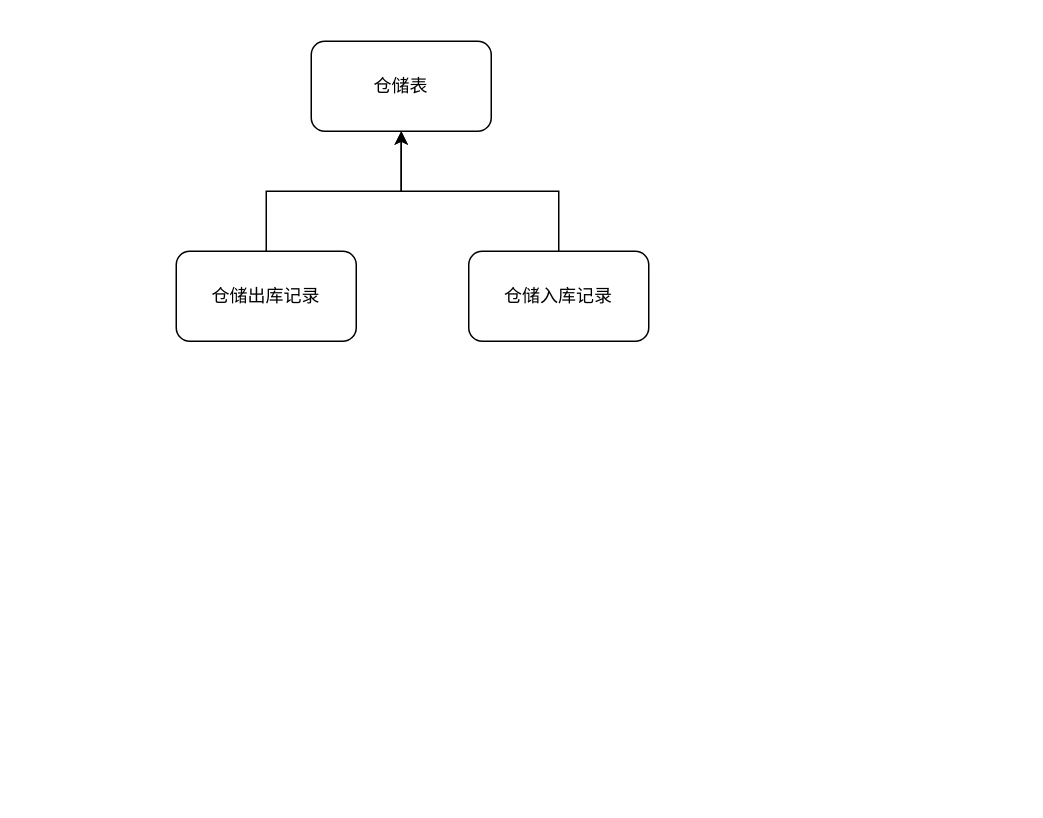
Above: 储运业务数据结构.drawio in daijingjing/daijingjing.github.io (draw.io), before the change. Source tidied: cells renumbered, new cells numbered last; positions are measured from the earlier drawing's top-left corner, leaving out a move shared by most shapes. Both pictures are drawn from the tidied source at 150%, with x=0, y=0 at pixel (176, 40).
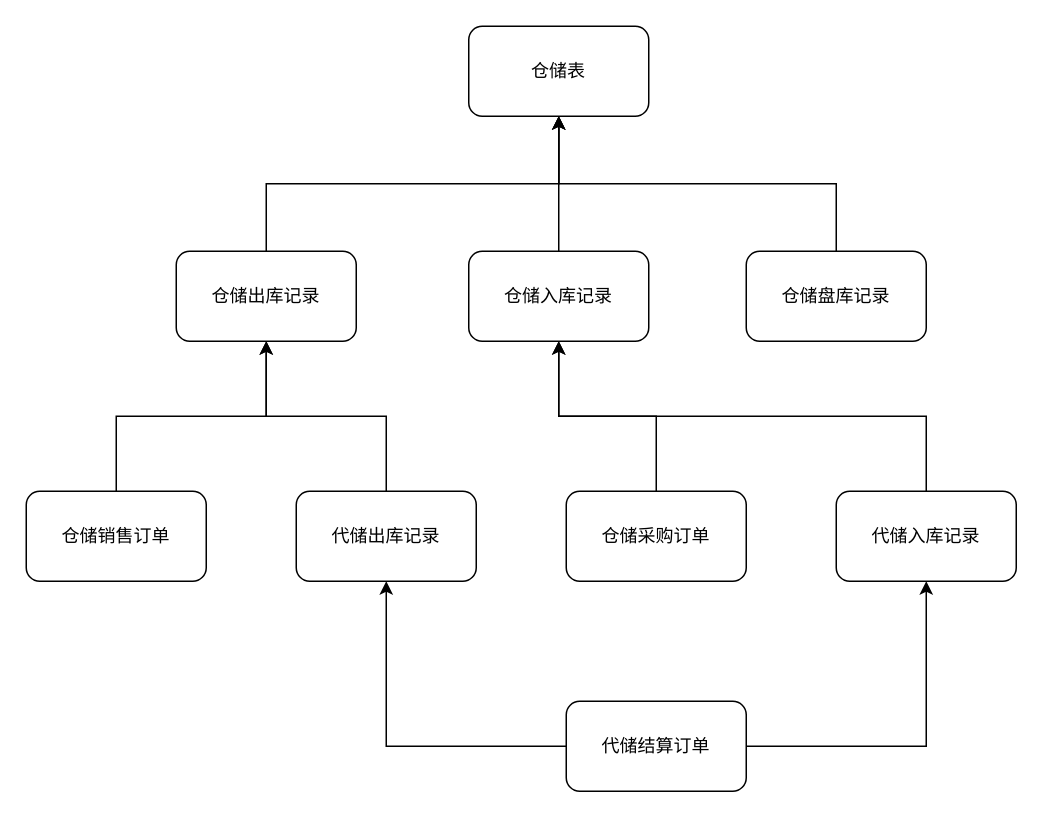
The same page after the edit.

Commit message (it also covers changes not shown here):
更新储运业务数据结构.drawio

What changed in the source:
```diff
@@
 <mxGraphModel>
   <root>
     <mxCell id="0" />
     <mxCell id="1" parent="0" />
     <mxCell id="2" value="仓储表" style="rounded=1;whiteSpace=wrap;html=1;" parent="1" vertex="1">
-      <mxGeometry x="90" width="120" height="60" as="geometry" />
+      <mxGeometry x="195" y="-10" width="120" height="60" as="geometry" />
     </mxCell>
-    <mxCell id="3" style="edgeStyle=orthogonalEdgeStyle;rounded=0;jettySize=auto;html=1;entryX=0.5;entryY=1;entryDx=0;entryDy=0;" parent="1" edge="1" source="4" target="2">
+    <mxCell id="3" style="edgeStyle=elbowEdgeStyle;rounded=0;jettySize=auto;html=1;entryX=0.5;entryY=1;entryDx=0;entryDy=0;elbow=vertical;" parent="1" edge="1" source="4" target="2">
       <mxGeometry relative="1" as="geometry" />
     </mxCell>
     <mxCell id="4" value="仓储出库记录" style="rounded=1;whiteSpace=wrap;html=1;" parent="1" vertex="1">
       <mxGeometry y="140" width="120" height="60" as="geometry" />
     </mxCell>
     <mxCell id="5" style="edgeStyle=orthogonalEdgeStyle;rounded=0;jettySize=auto;html=1;entryX=0.5;entryY=1;entryDx=0;entryDy=0;" parent="1" edge="1" source="6" target="2">
       <mxGeometry relative="1" as="geometry" />
     </mxCell>
     <mxCell id="6" value="仓储入库记录" style="rounded=1;whiteSpace=wrap;html=1;" parent="1" vertex="1">
       <mxGeometry x="195" y="140" width="120" height="60" as="geometry" />
     </mxCell>
+    <mxCell id="7" style="edgeStyle=orthogonalEdgeStyle;rounded=0;jettySize=auto;html=1;" parent="1" edge="1" source="8" target="4">
+      <mxGeometry relative="1" as="geometry" />
+    </mxCell>
+    <mxCell id="8" value="仓储销售订单" style="rounded=1;whiteSpace=wrap;html=1;" parent="1" vertex="1">
+      <mxGeometry x="-100" y="300" width="120" height="60" as="geometry" />
+    </mxCell>
+    <mxCell id="9" style="edgeStyle=elbowEdgeStyle;rounded=0;jettySize=auto;html=1;elbow=vertical;" parent="1" edge="1" source="10" target="2">
+      <mxGeometry relative="1" as="geometry" />
+    </mxCell>
+    <mxCell id="10" value="仓储盘库记录" style="rounded=1;whiteSpace=wrap;html=1;" parent="1" vertex="1">
+      <mxGeometry x="380" y="140" width="120" height="60" as="geometry" />
+    </mxCell>
+    <mxCell id="11" style="edgeStyle=orthogonalEdgeStyle;rounded=0;jettySize=auto;html=1;" parent="1" edge="1" source="12" target="6">
+      <mxGeometry relative="1" as="geometry" />
+    </mxCell>
+    <mxCell id="12" value="仓储采购&lt;span style=&quot;background-color: initial;&quot;&gt;订单&lt;/span&gt;" style="rounded=1;whiteSpace=wrap;html=1;" parent="1" vertex="1">
+      <mxGeometry x="260" y="300" width="120" height="60" as="geometry" />
+    </mxCell>
+    <mxCell id="13" style="edgeStyle=orthogonalEdgeStyle;rounded=0;jettySize=auto;html=1;" parent="1" edge="1" source="14" target="4">
+      <mxGeometry relative="1" as="geometry" />
+    </mxCell>
+    <mxCell id="14" value="代储出库记录" style="rounded=1;whiteSpace=wrap;html=1;" parent="1" vertex="1">
+      <mxGeometry x="80" y="300" width="120" height="60" as="geometry" />
+    </mxCell>
+    <mxCell id="15" style="edgeStyle=elbowEdgeStyle;rounded=0;jettySize=auto;html=1;elbow=vertical;" parent="1" edge="1" source="16" target="6">
+      <mxGeometry relative="1" as="geometry" />
+    </mxCell>
+    <mxCell id="16" value="代储入库记录" style="rounded=1;whiteSpace=wrap;html=1;" parent="1" vertex="1">
+      <mxGeometry x="440" y="300" width="120" height="60" as="geometry" />
+    </mxCell>
+    <mxCell id="17" style="edgeStyle=orthogonalEdgeStyle;rounded=0;jettySize=auto;html=1;" parent="1" edge="1" source="19" target="14">
+      <mxGeometry relative="1" as="geometry" />
+    </mxCell>
+    <mxCell id="18" style="edgeStyle=orthogonalEdgeStyle;rounded=0;jettySize=auto;html=1;" parent="1" edge="1" source="19" target="16">
+      <mxGeometry relative="1" as="geometry" />
+    </mxCell>
+    <mxCell id="19" value="代储结算订单" style="rounded=1;whiteSpace=wrap;html=1;" parent="1" vertex="1">
+      <mxGeometry x="260" y="440" width="120" height="60" as="geometry" />
+    </mxCell>
   </root>
 </mxGraphModel>
```
